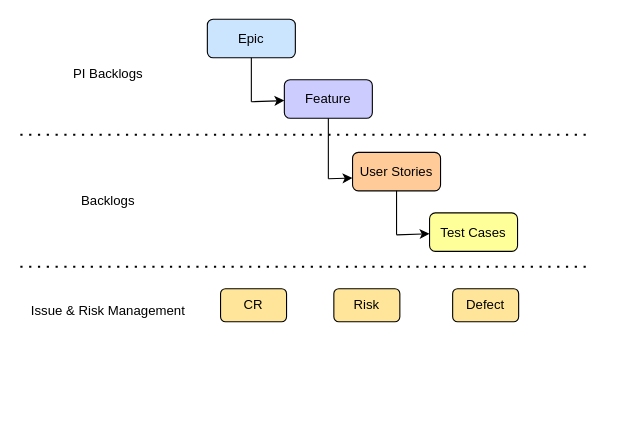
Before: agileprocess2.drawio in surajnaik90/Architectures-Designs, a draw.io diagram. Source tidied: cells renumbered, new cells numbered last; positions are measured from the earlier drawing's top-left corner, leaving out a move shared by most shapes. Both pictures are drawn from the tidied source at 110%, with x=0, y=0 at pixel (20, 19).
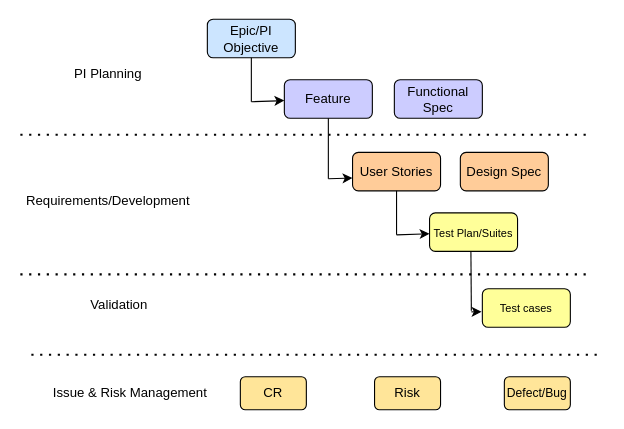
Above is the later version.

What changed in the source:
```diff
@@
     <mxCell id="3" style="endArrow=none;dashed=1;html=1;dashPattern=1 3;strokeWidth=2;rounded=0;" parent="1" edge="1">
       <mxGeometry relative="1" as="geometry">
-        <mxPoint y="225" as="sourcePoint" />
-        <mxPoint x="520" y="225" as="targetPoint" />
+        <mxPoint x="10" y="305" as="sourcePoint" />
+        <mxPoint x="530" y="305" as="targetPoint" />
       </mxGeometry>
     </mxCell>
     <mxCell id="4" value="Issue &amp;amp; Risk Management" style="text;html=1;strokeColor=none;fillColor=none;align=center;verticalAlign=middle;whiteSpace=wrap;rounded=0;" parent="1" vertex="1">
-      <mxGeometry y="250" width="160" height="30" as="geometry" />
+      <mxGeometry x="20" y="325" width="160" height="30" as="geometry" />
     </mxCell>
-    <mxCell id="5" value="Backlogs" style="text;html=1;strokeColor=none;fillColor=none;align=center;verticalAlign=middle;whiteSpace=wrap;rounded=0;" parent="1" vertex="1">
+    <mxCell id="5" value="Requirements/Development" style="text;html=1;strokeColor=none;fillColor=none;align=center;verticalAlign=middle;whiteSpace=wrap;rounded=0;" parent="1" vertex="1">
       <mxGeometry y="150" width="160" height="30" as="geometry" />
     </mxCell>
-    <mxCell id="6" value="PI Backlogs" style="text;html=1;strokeColor=none;fillColor=none;align=center;verticalAlign=middle;whiteSpace=wrap;rounded=0;" parent="1" vertex="1">
+    <mxCell id="6" value="PI Planning" style="text;html=1;strokeColor=none;fillColor=none;align=center;verticalAlign=middle;whiteSpace=wrap;rounded=0;" parent="1" vertex="1">
       <mxGeometry y="35" width="160" height="30" as="geometry" />
     </mxCell>
-    <mxCell id="7" value="Epic" style="rounded=1;whiteSpace=wrap;html=1;fillColor=#CCE5FF;" parent="1" vertex="1">
+    <mxCell id="7" value="Epic/PI Objective" style="rounded=1;whiteSpace=wrap;html=1;fillColor=#CCE5FF;" parent="1" vertex="1">
       <mxGeometry x="170" width="80" height="35" as="geometry" />
     </mxCell>
@@
-    <mxCell id="12" value="Test Cases" style="rounded=1;whiteSpace=wrap;html=1;fillColor=#FFFF99;" parent="1" vertex="1">
+    <mxCell id="12" value="Test Plan/Suites" style="rounded=1;whiteSpace=wrap;html=1;fillColor=#FFFF99;fontSize=10;" parent="1" vertex="1">
       <mxGeometry x="372" y="176" width="80" height="35" as="geometry" />
     </mxCell>
@@
     <mxCell id="15" value="&lt;span style=&quot;&quot;&gt;CR&lt;/span&gt;" style="rounded=1;whiteSpace=wrap;html=1;fillColor=#FFE599;" parent="1" vertex="1">
-      <mxGeometry x="182" y="245" width="60" height="30" as="geometry" />
+      <mxGeometry x="200" y="325" width="60" height="30" as="geometry" />
     </mxCell>
     <mxCell id="16" value="Risk" style="rounded=1;whiteSpace=wrap;html=1;fillColor=#FFE599;" parent="1" vertex="1">
-      <mxGeometry x="285" y="245" width="60" height="30" as="geometry" />
+      <mxGeometry x="322" y="325" width="60" height="30" as="geometry" />
     </mxCell>
-    <mxCell id="17" value="Defect" style="rounded=1;whiteSpace=wrap;html=1;fillColor=#FFE599;" parent="1" vertex="1">
-      <mxGeometry x="393" y="245" width="60" height="30" as="geometry" />
+    <mxCell id="17" value="Defect/Bug" style="rounded=1;whiteSpace=wrap;html=1;fillColor=#FFE599;fontSize=11;" parent="1" vertex="1">
+      <mxGeometry x="440" y="325" width="60" height="30" as="geometry" />
     </mxCell>
@@
+    <mxCell id="20" style="endArrow=none;dashed=1;html=1;dashPattern=1 3;strokeWidth=2;rounded=0;" parent="1" edge="1">
+      <mxGeometry relative="1" as="geometry">
+        <mxPoint y="232" as="sourcePoint" />
+        <mxPoint x="520" y="232" as="targetPoint" />
+      </mxGeometry>
+    </mxCell>
+    <mxCell id="21" value="Validation" style="text;html=1;strokeColor=none;fillColor=none;align=center;verticalAlign=middle;whiteSpace=wrap;rounded=0;" parent="1" vertex="1">
+      <mxGeometry x="10" y="245" width="160" height="30" as="geometry" />
+    </mxCell>
+    <mxCell id="22" value="Test cases" style="rounded=1;whiteSpace=wrap;html=1;fillColor=#FFFF99;fontSize=10;" parent="1" vertex="1">
+      <mxGeometry x="420" y="245" width="80" height="35" as="geometry" />
+    </mxCell>
+    <mxCell id="23" style="endArrow=none;html=1;rounded=0;fontSize=10;exitX=0.545;exitY=1.053;exitDx=0;exitDy=0;exitPerimeter=0;" parent="1" edge="1">
+      <mxGeometry relative="1" as="geometry">
+        <mxPoint x="409.6" y="210.9" as="sourcePoint" />
+        <mxPoint x="410" y="265" as="targetPoint" />
+      </mxGeometry>
+    </mxCell>
+    <mxCell id="24" style="endArrow=classic;html=1;rounded=0;fontSize=10;entryX=-0.009;entryY=0.6;entryDx=0;entryDy=0;entryPerimeter=0;" parent="1" edge="1" target="22">
+      <mxGeometry relative="1" as="geometry">
+        <mxPoint x="410" y="266" as="sourcePoint" />
+      </mxGeometry>
+    </mxCell>
+    <mxCell id="25" value="Functional Spec" style="rounded=1;whiteSpace=wrap;html=1;fillColor=#CCCCFF;" parent="1" vertex="1">
+      <mxGeometry x="340" y="55" width="80" height="35" as="geometry" />
+    </mxCell>
+    <mxCell id="26" value="Design Spec" style="rounded=1;whiteSpace=wrap;html=1;fillColor=#FFCC99;" parent="1" vertex="1">
+      <mxGeometry x="400" y="121" width="80" height="35" as="geometry" />
+    </mxCell>
```
